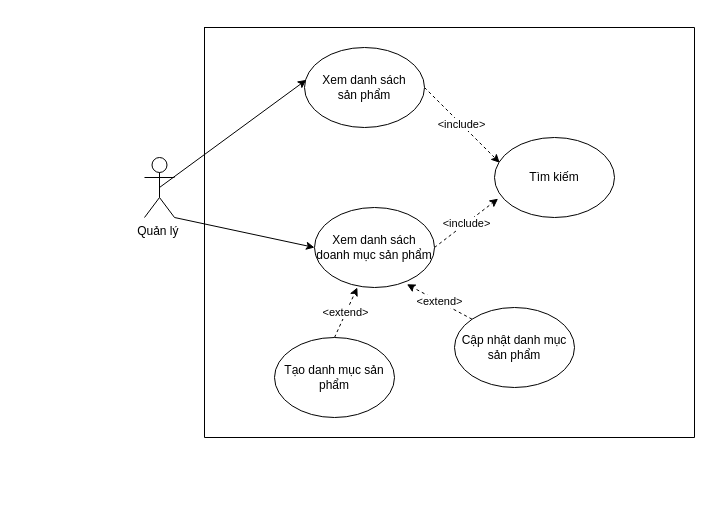
Before: USECASE/Usecase QL Sản Phẩm.drawio in AlexTien202/congnghephanmem, a draw.io diagram. Source tidied: cells renumbered, new cells numbered last; positions are measured from the earlier drawing's top-left corner, leaving out a move shared by most shapes. Both pictures are drawn from the tidied source at 100%, with x=0, y=0 at pixel (144, 27).
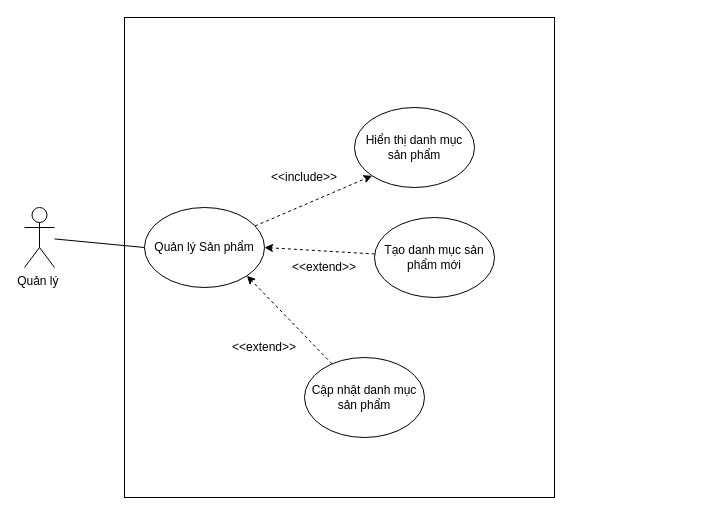
After the change.

The edit, as a diff of the source:
```diff
@@
-    <mxCell id="2" style="rounded=0;jettySize=auto;html=1;exitX=0.5;exitY=0.5;exitDx=0;exitDy=0;exitPerimeter=0;entryX=0.015;entryY=0.405;entryDx=0;entryDy=0;entryPerimeter=0;" parent="1" edge="1" source="4" target="6">
-      <mxGeometry relative="1" as="geometry" />
-    </mxCell>
-    <mxCell id="3" style="edgeStyle=none;rounded=0;jettySize=auto;html=1;exitX=1;exitY=1;exitDx=0;exitDy=0;exitPerimeter=0;entryX=0;entryY=0.5;entryDx=0;entryDy=0;" parent="1" edge="1" source="4" target="8">
-      <mxGeometry relative="1" as="geometry" />
-    </mxCell>
+    <mxCell id="20" style="rounded=0;whiteSpace=wrap;html=1;" parent="1" vertex="1">
+      <mxGeometry x="-20" y="-10" width="430" height="480" as="geometry" />
+    </mxCell>
+    <mxCell id="21" style="rounded=0;jettySize=auto;html=1;entryX=0;entryY=0.5;entryDx=0;entryDy=0;endArrow=none;endFill=0;" parent="1" edge="1" source="4" target="25">
+      <mxGeometry relative="1" as="geometry" />
+    </mxCell>
     <mxCell id="4" value="Quản lý&amp;nbsp;" style="shape=umlActor;verticalLabelPosition=bottom;verticalAlign=top;html=1;outlineConnect=0;" parent="1" vertex="1">
-      <mxGeometry y="130" width="30" height="60" as="geometry" />
+      <mxGeometry x="-120" y="180" width="30" height="60" as="geometry" />
     </mxCell>
-    <mxCell id="5" value="&amp;lt;include&amp;gt;" style="edgeStyle=none;rounded=0;jettySize=auto;html=1;exitX=1;exitY=0.5;exitDx=0;exitDy=0;entryX=0.043;entryY=0.315;entryDx=0;entryDy=0;entryPerimeter=0;dashed=1;" parent="1" edge="1" source="6" target="9">
-      <mxGeometry relative="1" as="geometry" />
-    </mxCell>
-    <mxCell id="6" value="Xem danh sách&lt;br&gt;sản phẩm" style="ellipse;whiteSpace=wrap;html=1;" parent="1" vertex="1">
-      <mxGeometry x="160" y="20" width="120" height="80" as="geometry" />
+    <mxCell id="6" value="Hiển thị danh mục sản phẩm" style="ellipse;whiteSpace=wrap;html=1;" parent="1" vertex="1">
+      <mxGeometry x="210" y="80" width="120" height="80" as="geometry" />
     </mxCell>
-    <mxCell id="7" value="&amp;lt;include&amp;gt;" style="edgeStyle=none;rounded=0;jettySize=auto;html=1;exitX=1;exitY=0.5;exitDx=0;exitDy=0;entryX=0.03;entryY=0.765;entryDx=0;entryDy=0;entryPerimeter=0;dashed=1;" parent="1" edge="1" source="8" target="9">
-      <mxGeometry relative="1" as="geometry" />
-    </mxCell>
-    <mxCell id="8" value="Xem danh sách doanh mục sản phẩm" style="ellipse;whiteSpace=wrap;html=1;" parent="1" vertex="1">
-      <mxGeometry x="170" y="180" width="120" height="80" as="geometry" />
-    </mxCell>
-    <mxCell id="9" value="Tìm kiếm" style="ellipse;whiteSpace=wrap;html=1;" parent="1" vertex="1">
-      <mxGeometry x="350" y="110" width="120" height="80" as="geometry" />
-    </mxCell>
-    <mxCell id="10" value="&amp;lt;extend&amp;gt;" style="edgeStyle=none;rounded=0;jettySize=auto;html=1;exitX=0.5;exitY=0;exitDx=0;exitDy=0;entryX=0.357;entryY=1;entryDx=0;entryDy=0;entryPerimeter=0;dashed=1;" parent="1" edge="1" source="11" target="8">
-      <mxGeometry relative="1" as="geometry" />
-    </mxCell>
+    <mxCell id="22" style="edgeStyle=none;rounded=0;jettySize=auto;html=1;entryX=1;entryY=0.5;entryDx=0;entryDy=0;dashed=1;" parent="1" edge="1" source="11" target="25">
+      <mxGeometry relative="1" as="geometry" />
+    </mxCell>
-    <mxCell id="11" value="Tạo danh mục sản phẩm" style="ellipse;whiteSpace=wrap;html=1;" parent="1" vertex="1">
-      <mxGeometry x="130" y="310" width="120" height="80" as="geometry" />
+    <mxCell id="11" value="Tạo danh mục sản phẩm mới" style="ellipse;whiteSpace=wrap;html=1;" parent="1" vertex="1">
+      <mxGeometry x="230" y="190" width="120" height="80" as="geometry" />
     </mxCell>
-    <mxCell id="12" value="&amp;lt;extend&amp;gt;" style="edgeStyle=none;rounded=0;jettySize=auto;html=1;exitX=0;exitY=0;exitDx=0;exitDy=0;entryX=0.77;entryY=0.96;entryDx=0;entryDy=0;entryPerimeter=0;dashed=1;" parent="1" edge="1" source="13" target="8">
-      <mxGeometry relative="1" as="geometry" />
-    </mxCell>
+    <mxCell id="23" style="edgeStyle=none;rounded=0;jettySize=auto;html=1;entryX=1;entryY=1;entryDx=0;entryDy=0;dashed=1;" parent="1" edge="1" source="13" target="25">
+      <mxGeometry relative="1" as="geometry" />
+    </mxCell>
     <mxCell id="13" value="Cập nhật danh mục sản phẩm" style="ellipse;whiteSpace=wrap;html=1;" parent="1" vertex="1">
-      <mxGeometry x="310" y="280" width="120" height="80" as="geometry" />
+      <mxGeometry x="160" y="330" width="120" height="80" as="geometry" />
     </mxCell>
-    <mxCell id="14" style="edgeStyle=none;rounded=0;jettySize=auto;html=1;exitX=0;exitY=0.75;exitDx=0;exitDy=0;endArrow=none;endFill=0;" parent="1" edge="1" source="16">
-      <mxGeometry relative="1" as="geometry">
-        <mxPoint x="60" y="410" as="targetPoint" />
-      </mxGeometry>
-    </mxCell>
-    <mxCell id="15" style="edgeStyle=none;rounded=0;jettySize=auto;html=1;exitX=1;exitY=0;exitDx=0;exitDy=0;endArrow=none;endFill=0;" parent="1" edge="1" source="16">
-      <mxGeometry relative="1" as="geometry">
-        <mxPoint x="550" as="targetPoint" />
-      </mxGeometry>
-    </mxCell>
-    <mxCell id="16" style="shape=partialRectangle;whiteSpace=wrap;html=1;bottom=0;right=0;fillColor=none;" parent="1" vertex="1">
-      <mxGeometry x="60" width="120" height="60" as="geometry" />
-    </mxCell>
-    <mxCell id="17" style="edgeStyle=none;rounded=0;jettySize=auto;html=1;exitX=0;exitY=1;exitDx=0;exitDy=0;endArrow=none;endFill=0;" parent="1" edge="1" source="19">
-      <mxGeometry relative="1" as="geometry">
-        <mxPoint x="60" y="410" as="targetPoint" />
-      </mxGeometry>
-    </mxCell>
-    <mxCell id="18" style="edgeStyle=none;rounded=0;jettySize=auto;html=1;exitX=1;exitY=0;exitDx=0;exitDy=0;endArrow=none;endFill=0;" parent="1" edge="1" source="19">
-      <mxGeometry relative="1" as="geometry">
-        <mxPoint x="550" as="targetPoint" />
-      </mxGeometry>
-    </mxCell>
-    <mxCell id="19" style="shape=partialRectangle;whiteSpace=wrap;html=1;top=0;left=0;fillColor=none;" parent="1" vertex="1">
-      <mxGeometry x="430" y="350" width="120" height="60" as="geometry" />
-    </mxCell>
+    <mxCell id="24" style="edgeStyle=none;rounded=0;jettySize=auto;html=1;entryX=0;entryY=1;entryDx=0;entryDy=0;dashed=1;" parent="1" edge="1" source="25" target="6">
+      <mxGeometry relative="1" as="geometry" />
+    </mxCell>
+    <mxCell id="25" value="Quản lý Sản phẩm" style="ellipse;whiteSpace=wrap;html=1;" parent="1" vertex="1">
+      <mxGeometry y="180" width="120" height="80" as="geometry" />
+    </mxCell>
+    <mxCell id="26" value="&amp;lt;&amp;lt;include&amp;gt;&amp;gt;" style="text;html=1;strokeColor=none;fillColor=none;align=center;verticalAlign=middle;whiteSpace=wrap;rounded=0;" parent="1" vertex="1">
+      <mxGeometry x="140" y="140" width="40" height="20" as="geometry" />
+    </mxCell>
+    <mxCell id="27" value="&amp;lt;&amp;lt;extend&amp;gt;&amp;gt;" style="text;html=1;strokeColor=none;fillColor=none;align=center;verticalAlign=middle;whiteSpace=wrap;rounded=0;" parent="1" vertex="1">
+      <mxGeometry x="160" y="230" width="40" height="20" as="geometry" />
+    </mxCell>
+    <mxCell id="28" value="&amp;lt;&amp;lt;extend&amp;gt;&amp;gt;" style="text;html=1;strokeColor=none;fillColor=none;align=center;verticalAlign=middle;whiteSpace=wrap;rounded=0;" parent="1" vertex="1">
+      <mxGeometry x="100" y="310" width="40" height="20" as="geometry" />
+    </mxCell>
```
